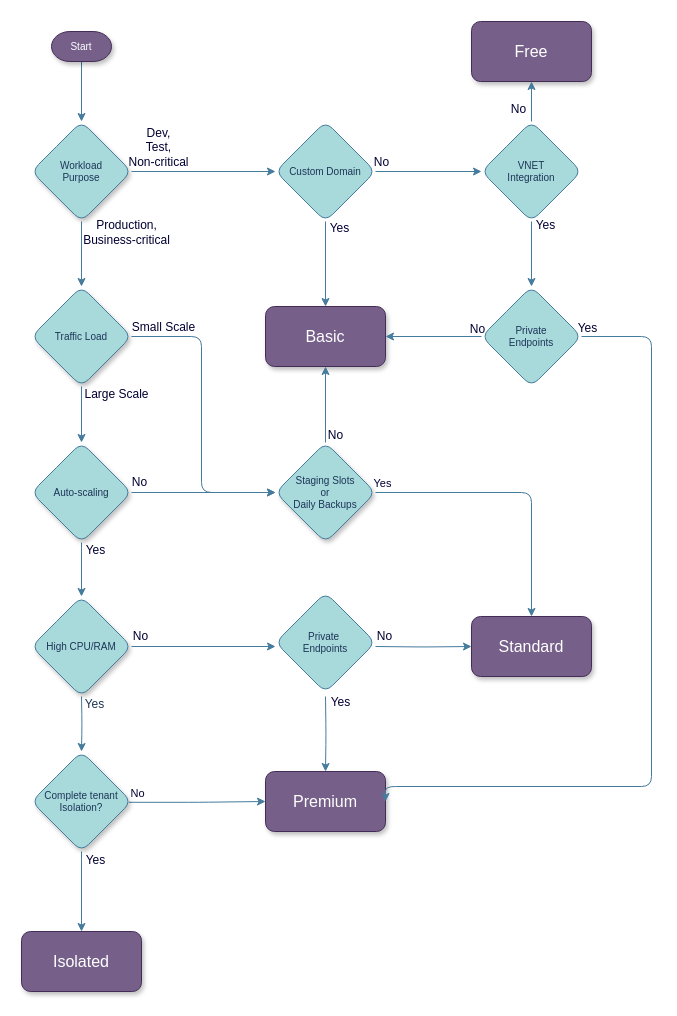
This is page "Page-2" (1 of 2) of workables/articles/100640-azure-app-service-plan-flowchart/media/Basic Flow Chart.drawio from georgekosmidis/blog.georgekosmidis.net, a draw.io file, before an edit. Source tidied: cells renumbered, new cells numbered last; positions are measured from the earlier drawing's top-left corner, leaving out a move shared by most shapes. Both pictures are drawn from the tidied source at 100%, with x=0, y=0 at pixel (21, 21).
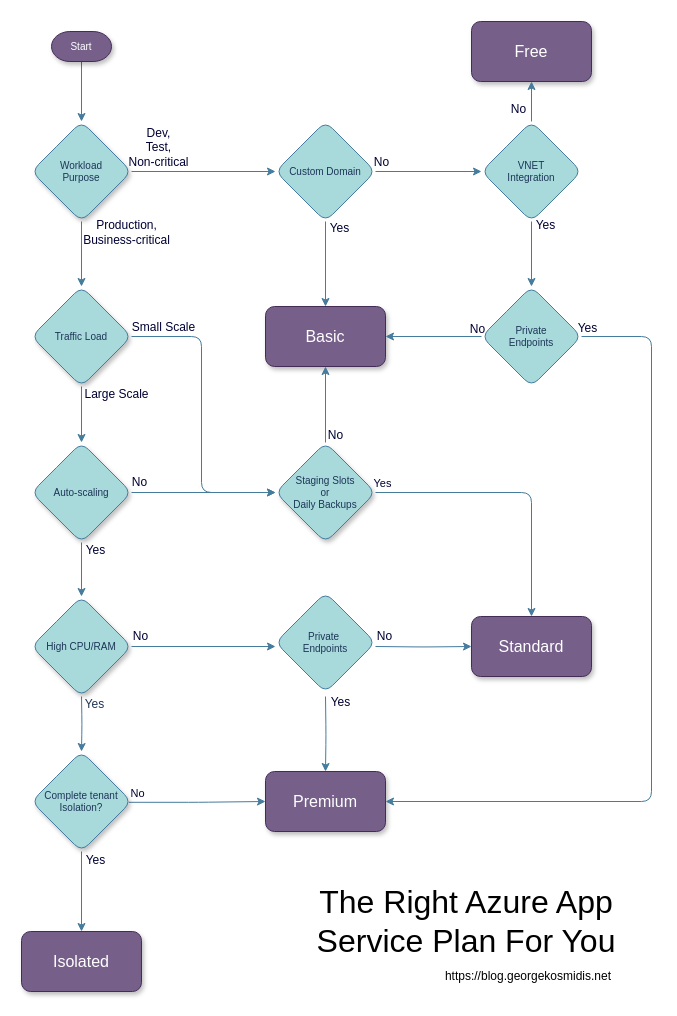
The same page after the edit.

Unchanged cells that the change refers to:
```xml
<mxCell id="33" value="Premium" style="whiteSpace=wrap;html=1;fontSize=16;fontFamily=Helvetica;strokeWidth=1;rounded=1;shadow=1;labelBackgroundColor=none;fillColor=#76608a;strokeColor=#432D57;fontColor=#ffffff;fontStyle=0;" parent="1" vertex="1">
  <mxGeometry x="244" y="750" width="120" height="60" as="geometry" />
</mxCell>
<mxCell id="45" value="Private&lt;div&gt;Endpoints&lt;/div&gt;" style="rhombus;whiteSpace=wrap;html=1;labelBackgroundColor=none;fillColor=#A8DADC;strokeColor=#457B9D;fontColor=#1D3557;fontFamily=Helvetica;fontSize=10;fontStyle=0;rounded=1;" parent="1" vertex="1">
  <mxGeometry x="460" y="265" width="100" height="100" as="geometry" />
</mxCell>
```

What changed in the source:
```diff
@@
     <mxCell id="43" style="edgeStyle=orthogonalEdgeStyle;rounded=1;jettySize=auto;html=1;labelBackgroundColor=none;strokeColor=#457B9D;fontColor=default;fontFamily=Helvetica;exitX=1;exitY=0.5;exitDx=0;exitDy=0;fontStyle=0;entryX=1;entryY=0.5;entryDx=0;entryDy=0;" parent="1" edge="1" source="45" target="33">
       <mxGeometry relative="1" as="geometry">
         <Array as="points">
           <mxPoint x="630" y="315" />
-          <mxPoint x="630" y="765" />
-          <mxPoint x="364" y="765" />
+          <mxPoint x="630" y="780" />
         </Array>
       </mxGeometry>
     </mxCell>
@@
+    <mxCell id="59" value="The Right Azure App Service Plan For You" style="text;html=1;align=center;verticalAlign=middle;whiteSpace=wrap;rounded=0;fontSize=32;fontStyle=0;" parent="1" vertex="1">
+      <mxGeometry x="270" y="860" width="350" height="80" as="geometry" />
+    </mxCell>
+    <mxCell id="60" value="https://blog.georgekosmidis.net" style="text;html=1;align=center;verticalAlign=middle;whiteSpace=wrap;rounded=0;" parent="1" vertex="1">
+      <mxGeometry x="422" y="940" width="170" height="30" as="geometry" />
+    </mxCell>
```
